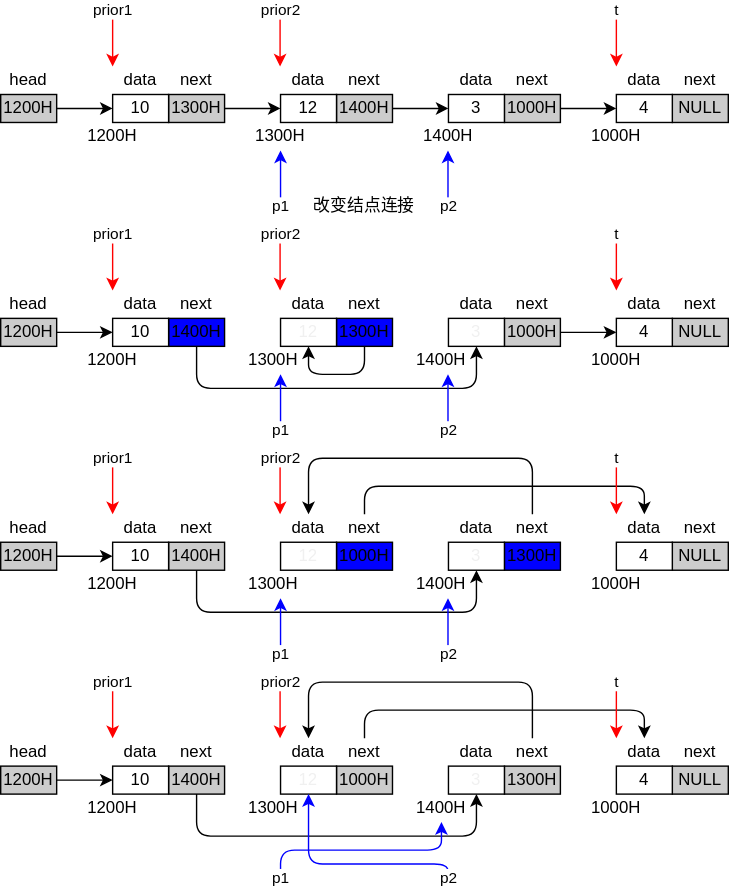
This is images/c-struct-list-14.svg from cs-course/data-center-course, a draw.io export, as it was before one commit. Source tidied: cells renumbered, new cells last; positions are measured from the earlier drawing's top-left corner, leaving out a move shared by most shapes.
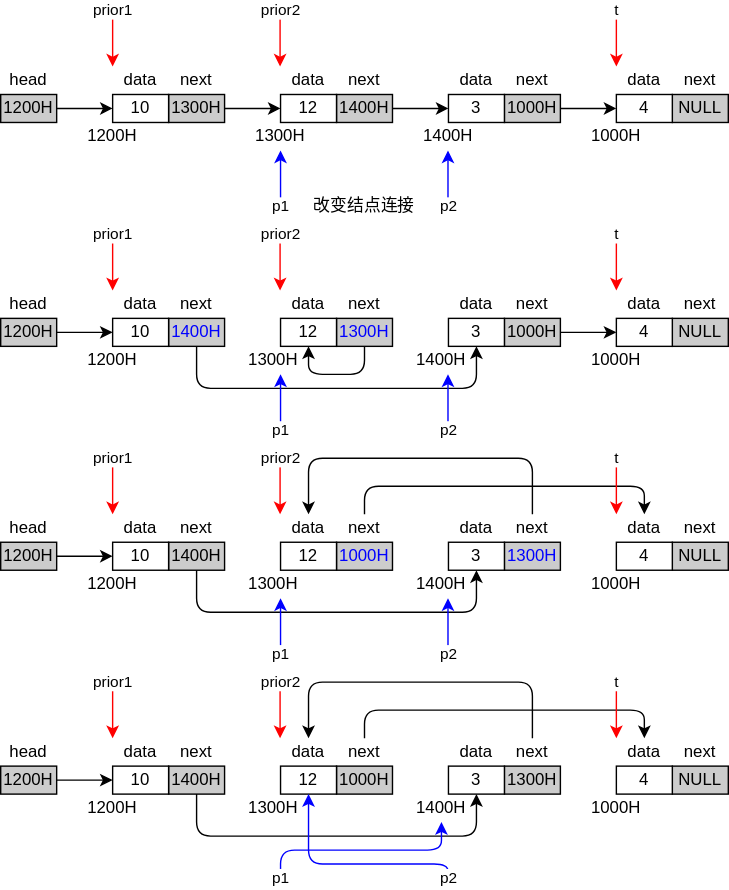
After the commit.

Diff of the diagram source:
```diff
@@ -95,7 +95,7 @@
     <mxCell id="30" value="改变结点连接" style="text;html=1;strokeColor=none;fillColor=none;align=center;verticalAlign=middle;whiteSpace=wrap;rounded=0;" parent="1" vertex="1">
       <mxGeometry x="220" y="130" width="80" height="20" as="geometry" />
     </mxCell>
-    <mxCell id="31" value="1400H" style="rounded=0;whiteSpace=wrap;html=1;fillColor=#0000FF;" parent="1" vertex="1">
+    <mxCell id="31" value="1400H" style="rounded=0;whiteSpace=wrap;html=1;fillColor=#CCCCCC;fontColor=#0000FF;" parent="1" vertex="1">
       <mxGeometry x="120" y="220" width="40" height="20" as="geometry" />
     </mxCell>
     <mxCell id="32" value="10" style="rounded=0;whiteSpace=wrap;html=1;" parent="1" vertex="1">
@@ -107,10 +107,10 @@
     <mxCell id="34" value="next" style="text;html=1;strokeColor=none;fillColor=none;align=center;verticalAlign=middle;whiteSpace=wrap;rounded=0;" parent="1" vertex="1">
       <mxGeometry x="120" y="200" width="40" height="20" as="geometry" />
     </mxCell>
-    <mxCell id="35" value="1300H" style="rounded=0;whiteSpace=wrap;html=1;fillColor=#0000FF;" parent="1" vertex="1">
+    <mxCell id="35" value="1300H" style="rounded=0;whiteSpace=wrap;html=1;fillColor=#CCCCCC;fontColor=#0000FF;" parent="1" vertex="1">
       <mxGeometry x="240" y="220" width="40" height="20" as="geometry" />
     </mxCell>
-    <mxCell id="36" value="&lt;span style=&quot;color: rgb(240, 240, 240);&quot;&gt;12&lt;/span&gt;" style="rounded=0;whiteSpace=wrap;html=1;fontColor=#0000FF;" parent="1" vertex="1">
+    <mxCell id="36" value="&lt;span style=&quot;&quot;&gt;12&lt;/span&gt;" style="rounded=0;whiteSpace=wrap;html=1;" parent="1" vertex="1">
       <mxGeometry x="200" y="220" width="40" height="20" as="geometry" />
     </mxCell>
     <mxCell id="37" value="data" style="text;html=1;strokeColor=none;fillColor=none;align=center;verticalAlign=middle;whiteSpace=wrap;rounded=0;" parent="1" vertex="1">
@@ -139,7 +139,7 @@
     <mxCell id="43" value="1000H" style="rounded=0;whiteSpace=wrap;html=1;fillColor=#CCCCCC;" parent="1" vertex="1">
       <mxGeometry x="360" y="220" width="40" height="20" as="geometry" />
     </mxCell>
-    <mxCell id="44" value="&lt;span style=&quot;color: rgb(240, 240, 240);&quot;&gt;3&lt;/span&gt;" style="rounded=0;whiteSpace=wrap;html=1;fontColor=#0000FF;" parent="1" vertex="1">
+    <mxCell id="44" value="&lt;span style=&quot;&quot;&gt;3&lt;/span&gt;" style="rounded=0;whiteSpace=wrap;html=1;" parent="1" vertex="1">
       <mxGeometry x="320" y="220" width="40" height="20" as="geometry" />
     </mxCell>
     <mxCell id="45" value="data" style="text;html=1;strokeColor=none;fillColor=none;align=center;verticalAlign=middle;whiteSpace=wrap;rounded=0;" parent="1" vertex="1">
@@ -243,10 +243,10 @@
     <mxCell id="68" value="next" style="text;html=1;strokeColor=none;fillColor=none;align=center;verticalAlign=middle;whiteSpace=wrap;rounded=0;" parent="1" vertex="1">
       <mxGeometry x="120" y="360" width="40" height="20" as="geometry" />
     </mxCell>
-    <mxCell id="69" value="1000H" style="rounded=0;whiteSpace=wrap;html=1;fillColor=#0000FF;" parent="1" vertex="1">
+    <mxCell id="69" value="1000H" style="rounded=0;whiteSpace=wrap;html=1;fillColor=#CCCCCC;fontColor=#0000FF;" parent="1" vertex="1">
       <mxGeometry x="240" y="380" width="40" height="20" as="geometry" />
     </mxCell>
-    <mxCell id="70" value="&lt;span style=&quot;color: rgb(240, 240, 240);&quot;&gt;12&lt;/span&gt;" style="rounded=0;whiteSpace=wrap;html=1;fontColor=#0000FF;" parent="1" vertex="1">
+    <mxCell id="70" value="&lt;span style=&quot;&quot;&gt;12&lt;/span&gt;" style="rounded=0;whiteSpace=wrap;html=1;" parent="1" vertex="1">
       <mxGeometry x="200" y="380" width="40" height="20" as="geometry" />
     </mxCell>
     <mxCell id="71" value="data" style="text;html=1;strokeColor=none;fillColor=none;align=center;verticalAlign=middle;whiteSpace=wrap;rounded=0;" parent="1" vertex="1">
@@ -272,10 +272,10 @@
     <mxCell id="76" value="1200H" style="rounded=0;whiteSpace=wrap;html=1;fillColor=#CCCCCC;" parent="1" vertex="1">
       <mxGeometry y="380" width="40" height="20" as="geometry" />
     </mxCell>
-    <mxCell id="77" value="1300H" style="rounded=0;whiteSpace=wrap;html=1;fillColor=#0000FF;" parent="1" vertex="1">
+    <mxCell id="77" value="1300H" style="rounded=0;whiteSpace=wrap;html=1;fillColor=#CCCCCC;fontColor=#0000FF;" parent="1" vertex="1">
       <mxGeometry x="360" y="380" width="40" height="20" as="geometry" />
     </mxCell>
-    <mxCell id="78" value="&lt;span style=&quot;color: rgb(240, 240, 240);&quot;&gt;3&lt;/span&gt;" style="rounded=0;whiteSpace=wrap;html=1;fontColor=#0000FF;" parent="1" vertex="1">
+    <mxCell id="78" value="&lt;span style=&quot;&quot;&gt;3&lt;/span&gt;" style="rounded=0;whiteSpace=wrap;html=1;" parent="1" vertex="1">
       <mxGeometry x="320" y="380" width="40" height="20" as="geometry" />
     </mxCell>
     <mxCell id="79" value="data" style="text;html=1;strokeColor=none;fillColor=none;align=center;verticalAlign=middle;whiteSpace=wrap;rounded=0;" parent="1" vertex="1">
@@ -369,7 +369,7 @@
     <mxCell id="100" value="1000H" style="rounded=0;whiteSpace=wrap;html=1;fillColor=#CCCCCC;" parent="1" vertex="1">
       <mxGeometry x="240" y="540" width="40" height="20" as="geometry" />
     </mxCell>
-    <mxCell id="101" value="&lt;span style=&quot;color: rgb(240, 240, 240);&quot;&gt;12&lt;/span&gt;" style="rounded=0;whiteSpace=wrap;html=1;fontColor=#0000FF;" parent="1" vertex="1">
+    <mxCell id="101" value="&lt;span style=&quot;&quot;&gt;12&lt;/span&gt;" style="rounded=0;whiteSpace=wrap;html=1;" parent="1" vertex="1">
       <mxGeometry x="200" y="540" width="40" height="20" as="geometry" />
     </mxCell>
     <mxCell id="102" value="data" style="text;html=1;strokeColor=none;fillColor=none;align=center;verticalAlign=middle;whiteSpace=wrap;rounded=0;" parent="1" vertex="1">
@@ -398,7 +398,7 @@
     <mxCell id="108" value="1300H" style="rounded=0;whiteSpace=wrap;html=1;fillColor=#CCCCCC;" parent="1" vertex="1">
       <mxGeometry x="360" y="540" width="40" height="20" as="geometry" />
     </mxCell>
-    <mxCell id="109" value="&lt;span style=&quot;color: rgb(240, 240, 240);&quot;&gt;3&lt;/span&gt;" style="rounded=0;whiteSpace=wrap;html=1;fontColor=#0000FF;" parent="1" vertex="1">
+    <mxCell id="109" value="&lt;span style=&quot;&quot;&gt;3&lt;/span&gt;" style="rounded=0;whiteSpace=wrap;html=1;" parent="1" vertex="1">
       <mxGeometry x="320" y="540" width="40" height="20" as="geometry" />
     </mxCell>
     <mxCell id="110" value="data" style="text;html=1;strokeColor=none;fillColor=none;align=center;verticalAlign=middle;whiteSpace=wrap;rounded=0;" parent="1" vertex="1">
```
